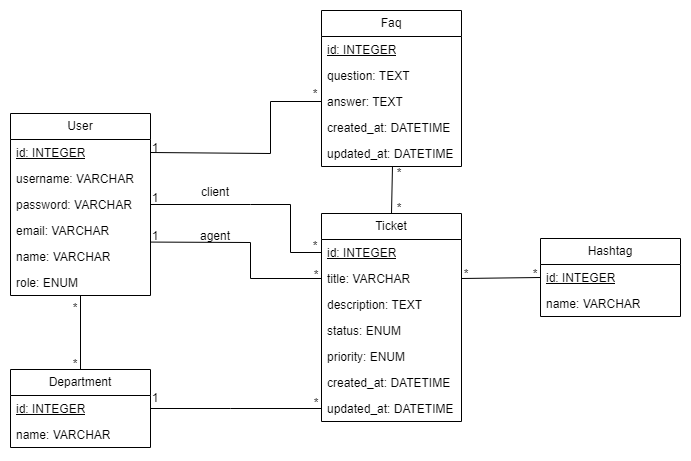
This is docs/db_draft.png from danieldoria1305/PROJ_LTW, a draw.io export, as it was before one commit. Source tidied: cells renumbered, new cells last; positions are measured from the earlier drawing's top-left corner, leaving out a move shared by most shapes. Source of this version:
```xml
<mxGraphModel>
  <root>
    <mxCell id="0" />
    <mxCell id="1" parent="0" />
    <mxCell id="2" value="User" style="swimlane;fontStyle=0;horizontal=1;startSize=26;fillColor=none;whiteSpace=wrap;html=1;" parent="1" vertex="1">
      <mxGeometry y="103" width="140" height="182" as="geometry" />
    </mxCell>
    <mxCell id="3" value="&lt;u style=&quot;border-color: var(--border-color);&quot;&gt;id: INTEGER&lt;/u&gt;" style="text;strokeColor=none;fillColor=none;align=left;verticalAlign=top;spacingLeft=4;spacingRight=4;overflow=hidden;points=[[0,0.5],[1,0.5]];portConstraint=eastwest;whiteSpace=wrap;html=1;" parent="2" vertex="1">
      <mxGeometry y="26" width="140" height="26" as="geometry" />
    </mxCell>
    <mxCell id="4" value="username: VARCHAR" style="text;strokeColor=none;fillColor=none;align=left;verticalAlign=top;spacingLeft=4;spacingRight=4;overflow=hidden;whiteSpace=wrap;html=1;" parent="2" vertex="1">
      <mxGeometry y="52" width="140" height="26" as="geometry" />
    </mxCell>
    <mxCell id="5" value="password: VARCHAR" style="text;strokeColor=none;fillColor=none;align=left;verticalAlign=top;spacingLeft=4;spacingRight=4;overflow=hidden;points=[[0,0.5],[1,0.5]];portConstraint=eastwest;whiteSpace=wrap;html=1;" parent="2" vertex="1">
      <mxGeometry y="78" width="140" height="26" as="geometry" />
    </mxCell>
    <mxCell id="6" value="email: VARCHAR" style="text;strokeColor=none;fillColor=none;align=left;verticalAlign=top;spacingLeft=4;spacingRight=4;overflow=hidden;whiteSpace=wrap;html=1;" parent="2" vertex="1">
      <mxGeometry y="104" width="140" height="26" as="geometry" />
    </mxCell>
    <mxCell id="7" value="name: VARCHAR" style="text;strokeColor=none;fillColor=none;align=left;verticalAlign=top;spacingLeft=4;spacingRight=4;overflow=hidden;whiteSpace=wrap;html=1;" parent="2" vertex="1">
      <mxGeometry y="130" width="140" height="26" as="geometry" />
    </mxCell>
    <mxCell id="8" value="role: ENUM" style="text;strokeColor=none;fillColor=none;align=left;verticalAlign=top;spacingLeft=4;spacingRight=4;overflow=hidden;points=[[0,0.5],[1,0.5]];portConstraint=eastwest;whiteSpace=wrap;html=1;" parent="2" vertex="1">
      <mxGeometry y="156" width="140" height="26" as="geometry" />
    </mxCell>
    <mxCell id="9" value="Ticket" style="swimlane;fontStyle=0;horizontal=1;startSize=26;fillColor=none;whiteSpace=wrap;html=1;" parent="1" vertex="1">
      <mxGeometry x="311" y="203" width="140" height="208" as="geometry" />
    </mxCell>
    <mxCell id="10" value="&lt;u&gt;id: INTEGER&lt;/u&gt;" style="text;strokeColor=none;fillColor=none;align=left;verticalAlign=top;spacingLeft=4;spacingRight=4;overflow=hidden;points=[[0,0.5],[1,0.5]];portConstraint=eastwest;whiteSpace=wrap;html=1;" parent="9" vertex="1">
      <mxGeometry y="26" width="140" height="26" as="geometry" />
    </mxCell>
    <mxCell id="11" value="title: VARCHAR" style="text;strokeColor=none;fillColor=none;align=left;verticalAlign=top;spacingLeft=4;spacingRight=4;overflow=hidden;points=[[0,0.5],[1,0.5]];portConstraint=eastwest;whiteSpace=wrap;html=1;" parent="9" vertex="1">
      <mxGeometry y="52" width="140" height="26" as="geometry" />
    </mxCell>
    <mxCell id="12" value="description: TEXT" style="text;strokeColor=none;fillColor=none;align=left;verticalAlign=top;spacingLeft=4;spacingRight=4;overflow=hidden;whiteSpace=wrap;html=1;" parent="9" vertex="1">
      <mxGeometry y="78" width="140" height="26" as="geometry" />
    </mxCell>
    <mxCell id="13" value="status: ENUM" style="text;strokeColor=none;fillColor=none;align=left;verticalAlign=top;spacingLeft=4;spacingRight=4;overflow=hidden;whiteSpace=wrap;html=1;" parent="9" vertex="1">
      <mxGeometry y="104" width="140" height="26" as="geometry" />
    </mxCell>
    <mxCell id="14" value="priority: ENUM" style="text;strokeColor=none;fillColor=none;align=left;verticalAlign=top;spacingLeft=4;spacingRight=4;overflow=hidden;whiteSpace=wrap;html=1;" parent="9" vertex="1">
      <mxGeometry y="130" width="140" height="26" as="geometry" />
    </mxCell>
    <mxCell id="15" value="created_at: DATETIME" style="text;strokeColor=none;fillColor=none;align=left;verticalAlign=top;spacingLeft=4;spacingRight=4;overflow=hidden;whiteSpace=wrap;html=1;" parent="9" vertex="1">
      <mxGeometry y="156" width="140" height="26" as="geometry" />
    </mxCell>
    <mxCell id="16" value="updated_at: DATETIME" style="text;strokeColor=none;fillColor=none;align=left;verticalAlign=top;spacingLeft=4;spacingRight=4;overflow=hidden;points=[[0,0.5],[1,0.5]];portConstraint=eastwest;whiteSpace=wrap;html=1;" parent="9" vertex="1">
      <mxGeometry y="182" width="140" height="26" as="geometry" />
    </mxCell>
    <mxCell id="17" value="Department" style="swimlane;fontStyle=0;horizontal=1;startSize=26;fillColor=none;whiteSpace=wrap;html=1;" parent="1" vertex="1">
      <mxGeometry y="359" width="140" height="78" as="geometry" />
    </mxCell>
    <mxCell id="18" value="&lt;u&gt;id: INTEGER&lt;/u&gt;" style="text;strokeColor=none;fillColor=none;align=left;verticalAlign=top;spacingLeft=4;spacingRight=4;overflow=hidden;points=[[0,0.5],[1,0.5]];portConstraint=eastwest;whiteSpace=wrap;html=1;" parent="17" vertex="1">
      <mxGeometry y="26" width="140" height="26" as="geometry" />
    </mxCell>
    <mxCell id="19" value="name: VARCHAR" style="text;strokeColor=none;fillColor=none;align=left;verticalAlign=top;spacingLeft=4;spacingRight=4;overflow=hidden;whiteSpace=wrap;html=1;" parent="17" vertex="1">
      <mxGeometry y="52" width="140" height="26" as="geometry" />
    </mxCell>
    <mxCell id="20" value="Hashtag" style="swimlane;fontStyle=0;horizontal=1;startSize=26;fillColor=none;whiteSpace=wrap;html=1;" parent="1" vertex="1">
      <mxGeometry x="530" y="228" width="140" height="78" as="geometry" />
    </mxCell>
    <mxCell id="21" value="&lt;u&gt;id: INTEGER&lt;/u&gt;" style="text;strokeColor=none;fillColor=none;align=left;verticalAlign=top;spacingLeft=4;spacingRight=4;overflow=hidden;points=[[0,0.5],[1,0.5]];portConstraint=eastwest;whiteSpace=wrap;html=1;" parent="20" vertex="1">
      <mxGeometry y="26" width="140" height="26" as="geometry" />
    </mxCell>
    <mxCell id="22" value="name: VARCHAR" style="text;strokeColor=none;fillColor=none;align=left;verticalAlign=top;spacingLeft=4;spacingRight=4;overflow=hidden;whiteSpace=wrap;html=1;" parent="20" vertex="1">
      <mxGeometry y="52" width="140" height="26" as="geometry" />
    </mxCell>
    <mxCell id="23" value="Faq" style="swimlane;fontStyle=0;horizontal=1;startSize=26;fillColor=none;whiteSpace=wrap;html=1;" parent="1" vertex="1">
      <mxGeometry x="311" width="140" height="156" as="geometry" />
    </mxCell>
    <mxCell id="24" value="&lt;u&gt;id: INTEGER&lt;/u&gt;" style="text;strokeColor=none;fillColor=none;align=left;verticalAlign=top;spacingLeft=4;spacingRight=4;overflow=hidden;whiteSpace=wrap;html=1;" parent="23" vertex="1">
      <mxGeometry y="26" width="140" height="26" as="geometry" />
    </mxCell>
    <mxCell id="25" value="question: TEXT" style="text;strokeColor=none;fillColor=none;align=left;verticalAlign=top;spacingLeft=4;spacingRight=4;overflow=hidden;whiteSpace=wrap;html=1;" parent="23" vertex="1">
      <mxGeometry y="52" width="140" height="26" as="geometry" />
    </mxCell>
    <mxCell id="26" value="answer: TEXT" style="text;strokeColor=none;fillColor=none;align=left;verticalAlign=top;spacingLeft=4;spacingRight=4;overflow=hidden;points=[[0,0.5],[1,0.5]];portConstraint=eastwest;whiteSpace=wrap;html=1;" parent="23" vertex="1">
      <mxGeometry y="78" width="140" height="26" as="geometry" />
    </mxCell>
    <mxCell id="27" value="created_at: DATETIME" style="text;strokeColor=none;fillColor=none;align=left;verticalAlign=top;spacingLeft=4;spacingRight=4;overflow=hidden;whiteSpace=wrap;html=1;" parent="23" vertex="1">
      <mxGeometry y="104" width="140" height="26" as="geometry" />
    </mxCell>
    <mxCell id="28" value="updated_at: DATETIME" style="text;strokeColor=none;fillColor=none;align=left;verticalAlign=top;spacingLeft=4;spacingRight=4;overflow=hidden;points=[[0,0.5],[1,0.5]];portConstraint=eastwest;whiteSpace=wrap;html=1;" parent="23" vertex="1">
      <mxGeometry y="130" width="140" height="26" as="geometry" />
    </mxCell>
    <mxCell id="29" style="endArrow=none;html=1;rounded=0;exitX=0.5;exitY=0;exitDx=0;exitDy=0;entryX=0.5;entryY=1;entryDx=0;entryDy=0;entryPerimeter=0;" parent="1" edge="1" source="17" target="8">
      <mxGeometry relative="1" as="geometry" />
    </mxCell>
    <mxCell id="30" value="*" style="text;html=1;strokeColor=none;fillColor=none;align=center;verticalAlign=middle;whiteSpace=wrap;rounded=0;" parent="1" vertex="1">
      <mxGeometry x="60" y="293" width="10" height="10" as="geometry" />
    </mxCell>
    <mxCell id="31" value="*" style="text;html=1;strokeColor=none;fillColor=none;align=center;verticalAlign=middle;whiteSpace=wrap;rounded=0;" parent="1" vertex="1">
      <mxGeometry x="60" y="349" width="10" height="10" as="geometry" />
    </mxCell>
    <mxCell id="32" style="endArrow=none;html=1;rounded=0;exitX=1;exitY=0.5;exitDx=0;exitDy=0;entryX=0;entryY=0.5;entryDx=0;entryDy=0;" parent="1" edge="1" source="5" target="10">
      <mxGeometry relative="1" as="geometry">
        <Array as="points">
          <mxPoint x="240" y="194" />
          <mxPoint x="280" y="194" />
          <mxPoint x="280" y="242" />
        </Array>
      </mxGeometry>
    </mxCell>
    <mxCell id="33" style="endArrow=none;html=1;rounded=0;entryX=0;entryY=0.5;entryDx=0;entryDy=0;exitX=1;exitY=0.5;exitDx=0;exitDy=0;" parent="1" edge="1" source="18" target="16">
      <mxGeometry relative="1" as="geometry">
        <Array as="points">
          <mxPoint x="220" y="398" />
        </Array>
      </mxGeometry>
    </mxCell>
    <mxCell id="34" style="endArrow=none;html=1;rounded=0;entryX=1;entryY=0.5;entryDx=0;entryDy=0;exitX=0;exitY=0.5;exitDx=0;exitDy=0;" parent="1" edge="1" source="26" target="3">
      <mxGeometry relative="1" as="geometry">
        <Array as="points">
          <mxPoint x="260" y="91" />
          <mxPoint x="260" y="143" />
        </Array>
      </mxGeometry>
    </mxCell>
    <mxCell id="35" value="*" style="text;html=1;strokeColor=none;fillColor=none;align=center;verticalAlign=middle;whiteSpace=wrap;rounded=0;" parent="1" vertex="1">
      <mxGeometry x="300" y="79" width="10" height="10" as="geometry" />
    </mxCell>
    <mxCell id="36" value="1" style="text;html=1;strokeColor=none;fillColor=none;align=center;verticalAlign=middle;whiteSpace=wrap;rounded=0;" parent="1" vertex="1">
      <mxGeometry x="140" y="133" width="10" height="10" as="geometry" />
    </mxCell>
    <mxCell id="37" value="*" style="text;html=1;strokeColor=none;fillColor=none;align=center;verticalAlign=middle;whiteSpace=wrap;rounded=0;" parent="1" vertex="1">
      <mxGeometry x="300" y="230.6" width="10" height="10" as="geometry" />
    </mxCell>
    <mxCell id="38" value="1" style="text;html=1;strokeColor=none;fillColor=none;align=center;verticalAlign=middle;whiteSpace=wrap;rounded=0;" parent="1" vertex="1">
      <mxGeometry x="140" y="183" width="10" height="10" as="geometry" />
    </mxCell>
    <mxCell id="39" style="endArrow=none;html=1;rounded=0;exitX=1;exitY=0.5;exitDx=0;exitDy=0;entryX=0;entryY=0.5;entryDx=0;entryDy=0;" parent="1" edge="1" target="11">
      <mxGeometry relative="1" as="geometry">
        <mxPoint x="140" y="231.6" as="sourcePoint" />
        <Array as="points">
          <mxPoint x="240" y="232" />
          <mxPoint x="240" y="268" />
        </Array>
      </mxGeometry>
    </mxCell>
    <mxCell id="40" value="*" style="text;html=1;strokeColor=none;fillColor=none;align=center;verticalAlign=middle;whiteSpace=wrap;rounded=0;" parent="1" vertex="1">
      <mxGeometry x="301" y="259" width="10" height="12.6" as="geometry" />
    </mxCell>
    <mxCell id="41" value="1" style="text;html=1;strokeColor=none;fillColor=none;align=center;verticalAlign=middle;whiteSpace=wrap;rounded=0;" parent="1" vertex="1">
      <mxGeometry x="140" y="220.6" width="10" height="10" as="geometry" />
    </mxCell>
    <mxCell id="42" value="client" style="text;html=1;strokeColor=none;fillColor=none;align=center;verticalAlign=middle;whiteSpace=wrap;rounded=0;" parent="1" vertex="1">
      <mxGeometry x="200" y="177" width="10" height="10" as="geometry" />
    </mxCell>
    <mxCell id="43" value="agent" style="text;html=1;strokeColor=none;fillColor=none;align=center;verticalAlign=middle;whiteSpace=wrap;rounded=0;" parent="1" vertex="1">
      <mxGeometry x="200" y="220.6" width="10" height="10" as="geometry" />
    </mxCell>
    <mxCell id="44" value="1" style="text;html=1;strokeColor=none;fillColor=none;align=center;verticalAlign=middle;whiteSpace=wrap;rounded=0;" parent="1" vertex="1">
      <mxGeometry x="140" y="383" width="10" height="10" as="geometry" />
    </mxCell>
    <mxCell id="45" value="*" style="text;html=1;strokeColor=none;fillColor=none;align=center;verticalAlign=middle;whiteSpace=wrap;rounded=0;" parent="1" vertex="1">
      <mxGeometry x="301" y="388" width="10" height="10" as="geometry" />
    </mxCell>
    <mxCell id="46" style="endArrow=none;html=1;rounded=0;entryX=0.507;entryY=0.994;entryDx=0;entryDy=0;entryPerimeter=0;exitX=0.5;exitY=0;exitDx=0;exitDy=0;" parent="1" edge="1" source="9" target="28">
      <mxGeometry relative="1" as="geometry" />
    </mxCell>
    <mxCell id="47" style="endArrow=none;html=1;rounded=0;entryX=0;entryY=0.5;entryDx=0;entryDy=0;exitX=1;exitY=0.5;exitDx=0;exitDy=0;" parent="1" edge="1" source="11" target="21">
      <mxGeometry relative="1" as="geometry" />
    </mxCell>
    <mxCell id="48" value="*" style="text;html=1;strokeColor=none;fillColor=none;align=center;verticalAlign=middle;whiteSpace=wrap;rounded=0;" parent="1" vertex="1">
      <mxGeometry x="384" y="158" width="10" height="10" as="geometry" />
    </mxCell>
    <mxCell id="49" value="*" style="text;html=1;strokeColor=none;fillColor=none;align=center;verticalAlign=middle;whiteSpace=wrap;rounded=0;" parent="1" vertex="1">
      <mxGeometry x="384" y="193" width="10" height="10" as="geometry" />
    </mxCell>
    <mxCell id="50" value="*" style="text;html=1;strokeColor=none;fillColor=none;align=center;verticalAlign=middle;whiteSpace=wrap;rounded=0;" parent="1" vertex="1">
      <mxGeometry x="451" y="259" width="10" height="10" as="geometry" />
    </mxCell>
    <mxCell id="51" value="*" style="text;html=1;strokeColor=none;fillColor=none;align=center;verticalAlign=middle;whiteSpace=wrap;rounded=0;" parent="1" vertex="1">
      <mxGeometry x="520" y="259" width="10" height="10" as="geometry" />
    </mxCell>
  </root>
</mxGraphModel>
```
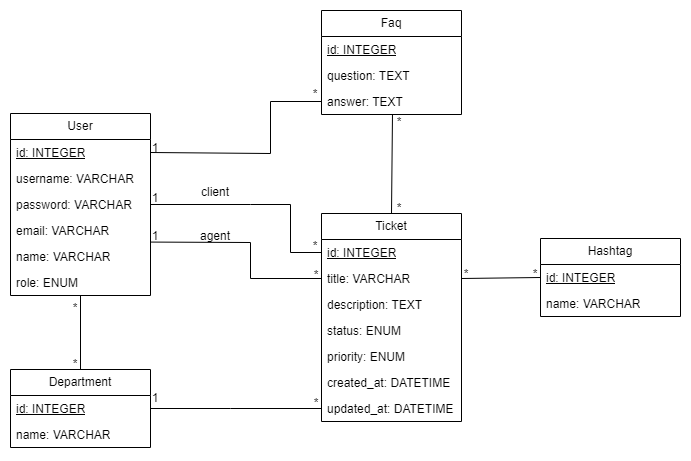
The same diagram one commit later.

What changed in the source:
```diff
@@ -66,7 +66,7 @@
       <mxGeometry y="52" width="140" height="26" as="geometry" />
     </mxCell>
     <mxCell id="23" value="Faq" style="swimlane;fontStyle=0;horizontal=1;startSize=26;fillColor=none;whiteSpace=wrap;html=1;" parent="1" vertex="1">
-      <mxGeometry x="311" width="140" height="156" as="geometry" />
+      <mxGeometry x="311" width="140" height="104" as="geometry" />
     </mxCell>
     <mxCell id="24" value="&lt;u&gt;id: INTEGER&lt;/u&gt;" style="text;strokeColor=none;fillColor=none;align=left;verticalAlign=top;spacingLeft=4;spacingRight=4;overflow=hidden;whiteSpace=wrap;html=1;" parent="23" vertex="1">
       <mxGeometry y="26" width="140" height="26" as="geometry" />
@@ -77,12 +77,6 @@
     <mxCell id="26" value="answer: TEXT" style="text;strokeColor=none;fillColor=none;align=left;verticalAlign=top;spacingLeft=4;spacingRight=4;overflow=hidden;points=[[0,0.5],[1,0.5]];portConstraint=eastwest;whiteSpace=wrap;html=1;" parent="23" vertex="1">
       <mxGeometry y="78" width="140" height="26" as="geometry" />
     </mxCell>
-    <mxCell id="27" value="created_at: DATETIME" style="text;strokeColor=none;fillColor=none;align=left;verticalAlign=top;spacingLeft=4;spacingRight=4;overflow=hidden;whiteSpace=wrap;html=1;" parent="23" vertex="1">
-      <mxGeometry y="104" width="140" height="26" as="geometry" />
-    </mxCell>
-    <mxCell id="28" value="updated_at: DATETIME" style="text;strokeColor=none;fillColor=none;align=left;verticalAlign=top;spacingLeft=4;spacingRight=4;overflow=hidden;points=[[0,0.5],[1,0.5]];portConstraint=eastwest;whiteSpace=wrap;html=1;" parent="23" vertex="1">
-      <mxGeometry y="130" width="140" height="26" as="geometry" />
-    </mxCell>
     <mxCell id="29" style="endArrow=none;html=1;rounded=0;exitX=0.5;exitY=0;exitDx=0;exitDy=0;entryX=0.5;entryY=1;entryDx=0;entryDy=0;entryPerimeter=0;" parent="1" edge="1" source="17" target="8">
       <mxGeometry relative="1" as="geometry" />
     </mxCell>
@@ -155,14 +149,14 @@
     <mxCell id="45" value="*" style="text;html=1;strokeColor=none;fillColor=none;align=center;verticalAlign=middle;whiteSpace=wrap;rounded=0;" parent="1" vertex="1">
       <mxGeometry x="301" y="388" width="10" height="10" as="geometry" />
     </mxCell>
-    <mxCell id="46" style="endArrow=none;html=1;rounded=0;entryX=0.507;entryY=0.994;entryDx=0;entryDy=0;entryPerimeter=0;exitX=0.5;exitY=0;exitDx=0;exitDy=0;" parent="1" edge="1" source="9" target="28">
+    <mxCell id="46" style="endArrow=none;html=1;rounded=0;entryX=0.507;entryY=1.013;entryDx=0;entryDy=0;entryPerimeter=0;exitX=0.5;exitY=0;exitDx=0;exitDy=0;" parent="1" edge="1" source="9" target="26">
       <mxGeometry relative="1" as="geometry" />
     </mxCell>
     <mxCell id="47" style="endArrow=none;html=1;rounded=0;entryX=0;entryY=0.5;entryDx=0;entryDy=0;exitX=1;exitY=0.5;exitDx=0;exitDy=0;" parent="1" edge="1" source="11" target="21">
       <mxGeometry relative="1" as="geometry" />
     </mxCell>
     <mxCell id="48" value="*" style="text;html=1;strokeColor=none;fillColor=none;align=center;verticalAlign=middle;whiteSpace=wrap;rounded=0;" parent="1" vertex="1">
-      <mxGeometry x="384" y="158" width="10" height="10" as="geometry" />
+      <mxGeometry x="384" y="107" width="10" height="10" as="geometry" />
     </mxCell>
     <mxCell id="49" value="*" style="text;html=1;strokeColor=none;fillColor=none;align=center;verticalAlign=middle;whiteSpace=wrap;rounded=0;" parent="1" vertex="1">
       <mxGeometry x="384" y="193" width="10" height="10" as="geometry" />
```
